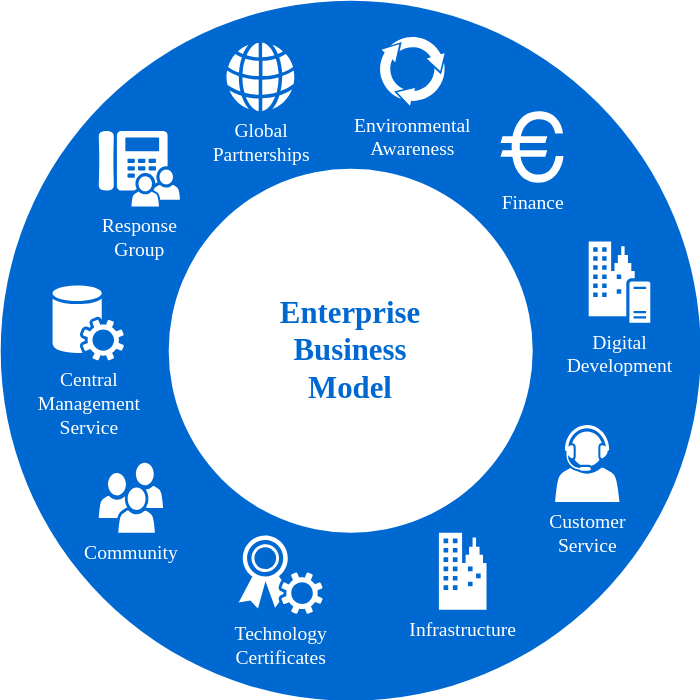
This is user/Diagrama sin título.drawio.svg from fapablo/sistemaescolar, a draw.io export, as it was before one commit. Source tidied: cells renumbered, new cells last; positions are measured from the earlier drawing's top-left corner, leaving out a move shared by most shapes. Its diagram source:
```xml
<mxGraphModel>
  <root>
    <mxCell id="0" />
    <mxCell id="1" parent="0" />
    <mxCell id="2" style="ellipse;whiteSpace=wrap;html=1;rounded=0;shadow=0;comic=0;strokeWidth=1;fontFamily=Verdana;fontSize=14;strokeColor=none;fillColor=#0069D1;" parent="1" vertex="1">
      <mxGeometry width="500" height="500" as="geometry" />
    </mxCell>
    <mxCell id="3" value="Enterprise&lt;div&gt;Business&lt;/div&gt;&lt;div&gt;Model&lt;/div&gt;" style="ellipse;whiteSpace=wrap;html=1;rounded=0;shadow=0;comic=0;strokeWidth=1;fontFamily=Verdana;fontSize=22;strokeColor=none;fillColor=#ffffff;fontColor=#0069D1;fontStyle=1;" parent="1" vertex="1">
      <mxGeometry x="120" y="120" width="260" height="260" as="geometry" />
    </mxCell>
    <mxCell id="4" value="Community" style="shadow=0;dashed=0;html=1;strokeColor=none;fillColor=#ffffff;labelPosition=center;verticalLabelPosition=bottom;verticalAlign=top;shape=mxgraph.office.users.users;rounded=0;comic=0;fontFamily=Verdana;fontSize=14;fontColor=#FFFFFF;" parent="1" vertex="1">
      <mxGeometry x="70" y="330" width="46" height="50" as="geometry" />
    </mxCell>
    <mxCell id="5" value="Customer&lt;div&gt;Service&lt;/div&gt;" style="shadow=0;dashed=0;html=1;strokeColor=none;fillColor=#ffffff;labelPosition=center;verticalLabelPosition=bottom;verticalAlign=top;shape=mxgraph.office.users.call_center_agent;rounded=0;comic=0;fontFamily=Verdana;fontSize=14;fontColor=#FFFFFF;" parent="1" vertex="1">
      <mxGeometry x="396" y="303" width="46" height="55" as="geometry" />
    </mxCell>
    <mxCell id="6" value="Response&lt;div&gt;Group&lt;/div&gt;" style="shadow=0;dashed=0;html=1;strokeColor=none;fillColor=#ffffff;labelPosition=center;verticalLabelPosition=bottom;verticalAlign=top;shape=mxgraph.office.users.response_group;rounded=0;comic=0;fontFamily=Verdana;fontSize=14;fontColor=#FFFFFF;" parent="1" vertex="1">
      <mxGeometry x="70" y="93" width="58" height="54" as="geometry" />
    </mxCell>
    <mxCell id="7" value="Central&lt;div&gt;Management&lt;/div&gt;&lt;div&gt;Service&lt;/div&gt;" style="shadow=0;dashed=0;html=1;strokeColor=none;fillColor=#ffffff;labelPosition=center;verticalLabelPosition=bottom;verticalAlign=top;shape=mxgraph.office.services.central_management_service;rounded=0;comic=0;fontFamily=Verdana;fontSize=14;fontColor=#FFFFFF;" parent="1" vertex="1">
      <mxGeometry x="37" y="203" width="51" height="54" as="geometry" />
    </mxCell>
    <mxCell id="8" value="Digital&lt;div&gt;Development&lt;/div&gt;" style="shadow=0;dashed=0;html=1;strokeColor=none;fillColor=#ffffff;labelPosition=center;verticalLabelPosition=bottom;verticalAlign=top;shape=mxgraph.office.servers.on_premises_server;rounded=0;comic=0;fontFamily=Verdana;fontSize=14;fontColor=#FFFFFF;" parent="1" vertex="1">
      <mxGeometry x="420" y="172" width="44" height="58" as="geometry" />
    </mxCell>
    <mxCell id="9" value="Technology&lt;div&gt;Certificates&lt;/div&gt;" style="shadow=0;dashed=0;html=1;strokeColor=none;fillColor=#ffffff;labelPosition=center;verticalLabelPosition=bottom;verticalAlign=top;shape=mxgraph.office.security.token_service;rounded=0;comic=0;fontFamily=Verdana;fontSize=14;fontColor=#FFFFFF;" parent="1" vertex="1">
      <mxGeometry x="170" y="382" width="60" height="56" as="geometry" />
    </mxCell>
    <mxCell id="10" value="Infrastructure" style="shadow=0;dashed=0;html=1;strokeColor=none;fillColor=#ffffff;labelPosition=center;verticalLabelPosition=bottom;verticalAlign=top;shape=mxgraph.office.concepts.on_premises;rounded=0;comic=0;fontFamily=Verdana;fontSize=14;fontColor=#FFFFFF;" parent="1" vertex="1">
      <mxGeometry x="313" y="380" width="34" height="55" as="geometry" />
    </mxCell>
    <mxCell id="11" value="Global&lt;div&gt;Partnerships&lt;/div&gt;" style="shadow=0;dashed=0;html=1;strokeColor=none;fillColor=#ffffff;labelPosition=center;verticalLabelPosition=bottom;verticalAlign=top;shape=mxgraph.office.concepts.globe_internet;rounded=0;comic=0;fontFamily=Verdana;fontSize=14;fontColor=#FFFFFF;" parent="1" vertex="1">
      <mxGeometry x="161" y="30" width="49" height="49" as="geometry" />
    </mxCell>
    <mxCell id="12" value="Environmental&lt;div&gt;Awareness&lt;/div&gt;" style="shadow=0;dashed=0;html=1;strokeColor=none;shape=mxgraph.mscae.general.continuous_cycle;fillColor=#ffffff;rounded=0;comic=0;fontFamily=Verdana;fontSize=14;fontColor=#FFFFFF;verticalAlign=top;labelPosition=center;verticalLabelPosition=bottom;align=center;" parent="1" vertex="1">
      <mxGeometry x="270" y="25" width="48" height="50" as="geometry" />
    </mxCell>
    <mxCell id="13" value="Finance" style="shape=mxgraph.signs.travel.euro;html=1;fillColor=#ffffff;strokeColor=none;verticalLabelPosition=bottom;verticalAlign=top;align=center;rounded=0;shadow=0;dashed=0;comic=0;fontFamily=Verdana;fontSize=14;fontColor=#FFFFFF;" parent="1" vertex="1">
      <mxGeometry x="357" y="79" width="45" height="51" as="geometry" />
    </mxCell>
  </root>
</mxGraphModel>
```
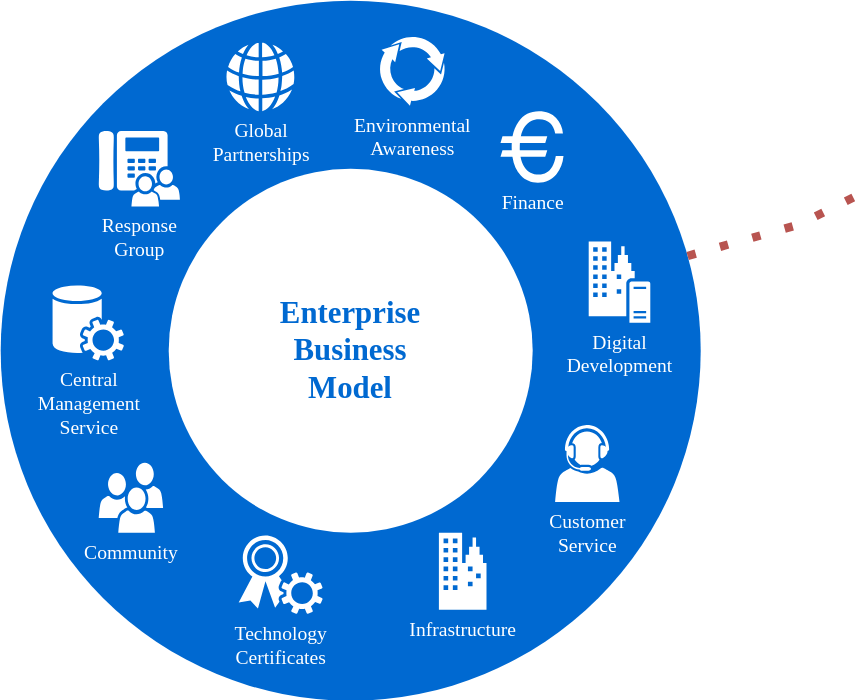
The same file after the commit.

Diff of the diagram source:
```diff
@@ -38,5 +38,13 @@
     <mxCell id="13" value="Finance" style="shape=mxgraph.signs.travel.euro;html=1;fillColor=#ffffff;strokeColor=none;verticalLabelPosition=bottom;verticalAlign=top;align=center;rounded=0;shadow=0;dashed=0;comic=0;fontFamily=Verdana;fontSize=14;fontColor=#FFFFFF;" parent="1" vertex="1">
       <mxGeometry x="357" y="79" width="45" height="51" as="geometry" />
     </mxCell>
+    <mxCell id="14" style="endArrow=none;dashed=1;html=1;dashPattern=1 3;strokeWidth=6;rounded=0;fillColor=#f8cecc;strokeColor=#b85450;" parent="1" edge="1" source="2">
+      <mxGeometry relative="1" as="geometry">
+        <mxPoint x="610" y="140" as="targetPoint" />
+        <Array as="points">
+          <mxPoint x="570" y="160" />
+        </Array>
+      </mxGeometry>
+    </mxCell>
   </root>
 </mxGraphModel>
```
